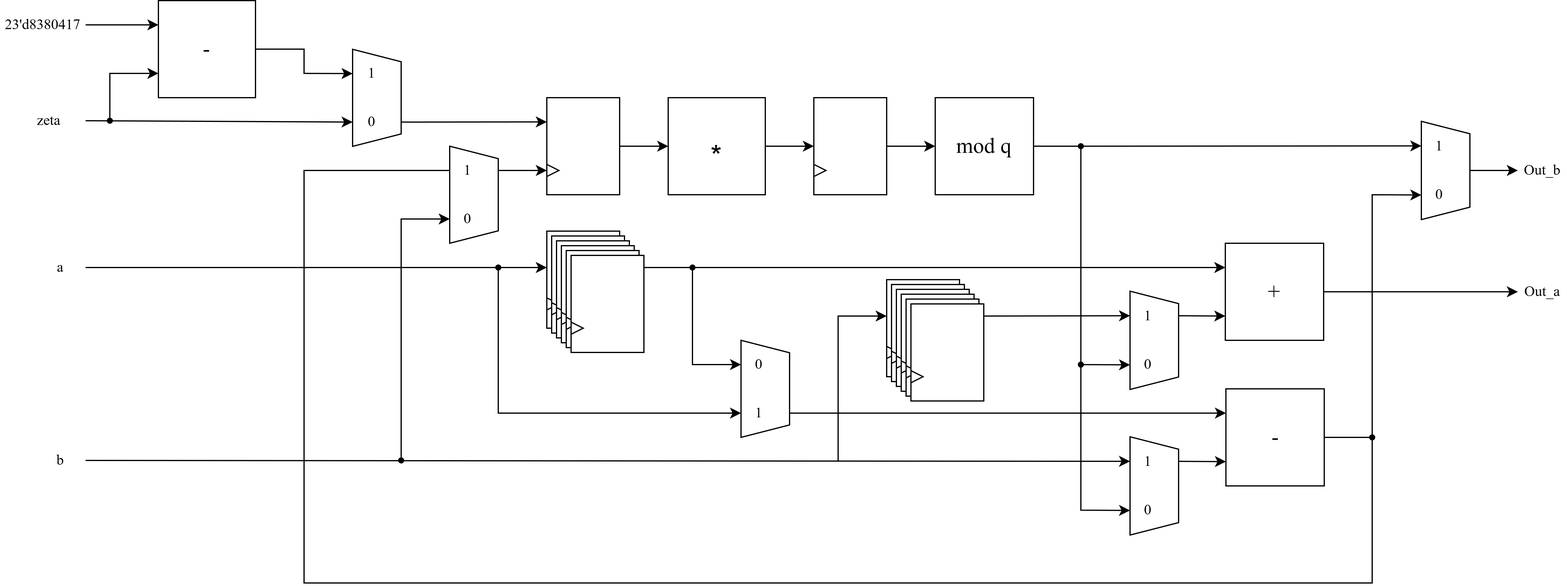
Above: Diagram/Block Diagram/NTT/BU_pipeline.png in Fossum2523/ML_DSA (draw.io), before the change. Source tidied: cells renumbered, new cells last; positions are measured from the earlier drawing's top-left corner, leaving out a move shared by most shapes.
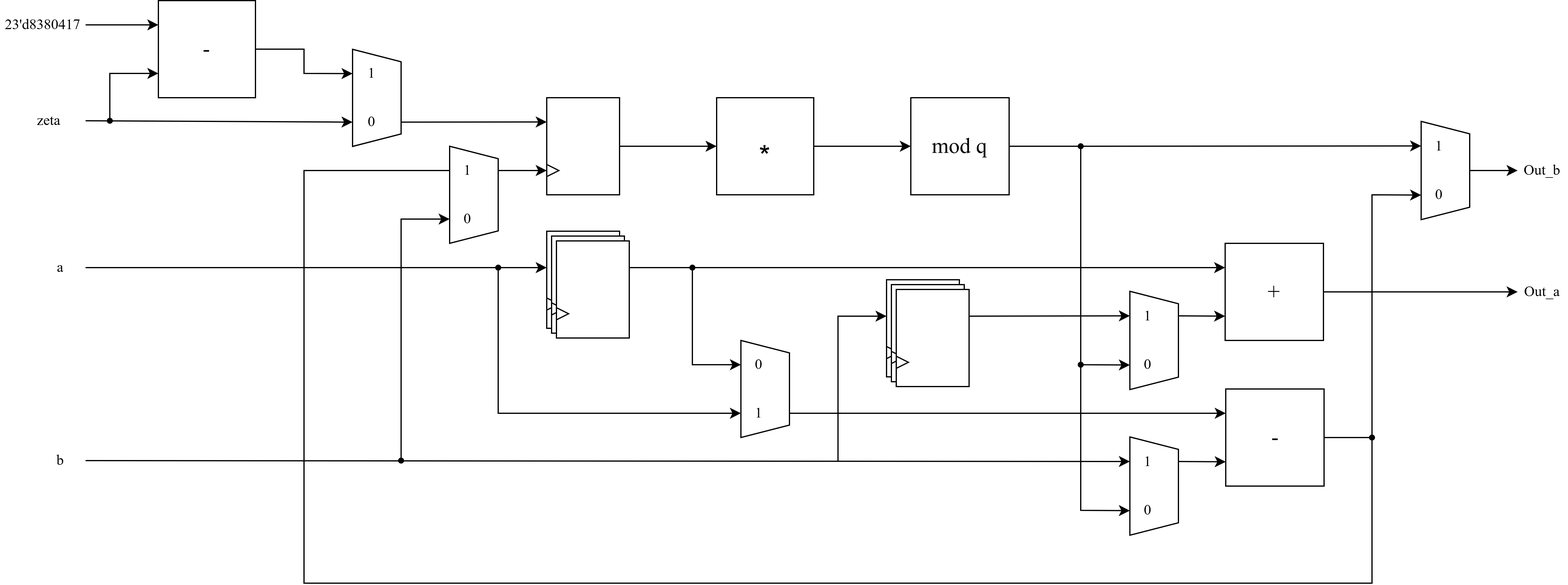
The same file after the commit.

What changed in the source:
```diff
@@ -35,7 +35,7 @@
       <mxGeometry x="29" y="364" width="41" height="30" as="geometry" />
     </mxCell>
     <mxCell id="12" style="rounded=0;whiteSpace=wrap;html=1;fontFamily=Times New Roman;fontColor=#000000;" parent="1" vertex="1">
-      <mxGeometry x="550" y="80" width="80" height="80" as="geometry" />
+      <mxGeometry x="590" y="80" width="80" height="80" as="geometry" />
     </mxCell>
     <mxCell id="13" style="endArrow=classic;html=1;rounded=0;exitX=1;exitY=0.5;exitDx=0;exitDy=0;entryX=0;entryY=0.5;entryDx=0;entryDy=0;fontFamily=Times New Roman;fontColor=#000000;" parent="1" edge="1" source="60" target="12">
       <mxGeometry relative="1" as="geometry" />
@@ -198,21 +198,9 @@
       <mxGeometry x="1250" y="125" width="41" height="30" as="geometry" />
     </mxCell>
     <mxCell id="53" value="&lt;font style=&quot;font-size: 18px;&quot;&gt;mod q&lt;/font&gt;" style="rounded=0;whiteSpace=wrap;html=1;fontFamily=Times New Roman;fontColor=#000000;" parent="1" vertex="1">
-      <mxGeometry x="770" y="80" width="81" height="80" as="geometry" />
+      <mxGeometry x="750" y="80" width="81" height="80" as="geometry" />
     </mxCell>
-    <mxCell id="54" style="endArrow=classic;html=1;rounded=0;exitX=1;exitY=0.5;exitDx=0;exitDy=0;entryX=0;entryY=0.5;entryDx=0;entryDy=0;" parent="1" edge="1" source="56" target="53">
-      <mxGeometry relative="1" as="geometry" />
-    </mxCell>
-    <mxCell id="55" style="group;" parent="1" vertex="1">
-      <mxGeometry x="670" y="80" width="60" height="80" as="geometry" />
-    </mxCell>
-    <mxCell id="56" style="rounded=0;whiteSpace=wrap;html=1;fillColor=none;" parent="55" vertex="1">
-      <mxGeometry width="60" height="80" as="geometry" />
-    </mxCell>
-    <mxCell id="57" style="triangle;whiteSpace=wrap;html=1;" parent="55" vertex="1">
-      <mxGeometry y="55" width="10" height="10" as="geometry" />
-    </mxCell>
-    <mxCell id="58" style="endArrow=classic;html=1;rounded=0;exitX=1;exitY=0.5;exitDx=0;exitDy=0;entryX=0;entryY=0.5;entryDx=0;entryDy=0;" parent="1" edge="1" source="12" target="56">
+    <mxCell id="58" style="endArrow=classic;html=1;rounded=0;exitX=1;exitY=0.5;exitDx=0;exitDy=0;entryX=0;entryY=0.5;entryDx=0;entryDy=0;" parent="1" edge="1" source="12" target="53">
       <mxGeometry relative="1" as="geometry" />
     </mxCell>
     <mxCell id="59" style="group;" parent="1" vertex="1">
@@ -233,57 +221,18 @@
     </mxCell>
     <mxCell id="63" style="endArrow=classic;html=1;rounded=0;entryX=0;entryY=0.25;entryDx=0;entryDy=0;" parent="1" edge="1" target="2">
       <mxGeometry relative="1" as="geometry">
-        <mxPoint x="530" y="220" as="sourcePoint" />
+        <mxPoint x="516" y="220" as="sourcePoint" />
         <Array as="points">
           <mxPoint x="700" y="220" />
         </Array>
       </mxGeometry>
     </mxCell>
-    <mxCell id="64" style="group;" parent="1" vertex="1">
-      <mxGeometry x="450" y="190" width="80" height="100" as="geometry" />
-    </mxCell>
-    <mxCell id="65" style="rounded=0;whiteSpace=wrap;html=1;" parent="64" vertex="1">
-      <mxGeometry width="60" height="80" as="geometry" />
-    </mxCell>
-    <mxCell id="66" style="triangle;whiteSpace=wrap;html=1;" parent="64" vertex="1">
-      <mxGeometry y="55" width="10" height="10" as="geometry" />
-    </mxCell>
-    <mxCell id="67" style="rounded=0;whiteSpace=wrap;html=1;" parent="64" vertex="1">
-      <mxGeometry x="4" y="4" width="60" height="80" as="geometry" />
-    </mxCell>
-    <mxCell id="68" style="triangle;whiteSpace=wrap;html=1;" parent="64" vertex="1">
-      <mxGeometry x="4" y="59" width="10" height="10" as="geometry" />
-    </mxCell>
-    <mxCell id="69" style="rounded=0;whiteSpace=wrap;html=1;" parent="64" vertex="1">
-      <mxGeometry x="8" y="8" width="60" height="80" as="geometry" />
-    </mxCell>
-    <mxCell id="70" style="triangle;whiteSpace=wrap;html=1;" parent="64" vertex="1">
-      <mxGeometry x="8" y="63" width="10" height="10" as="geometry" />
-    </mxCell>
-    <mxCell id="71" style="rounded=0;whiteSpace=wrap;html=1;" parent="64" vertex="1">
-      <mxGeometry x="12" y="12" width="60" height="80" as="geometry" />
-    </mxCell>
-    <mxCell id="72" style="triangle;whiteSpace=wrap;html=1;" parent="64" vertex="1">
-      <mxGeometry x="12" y="67" width="10" height="10" as="geometry" />
-    </mxCell>
-    <mxCell id="73" style="rounded=0;whiteSpace=wrap;html=1;" parent="64" vertex="1">
-      <mxGeometry x="16" y="16" width="60" height="80" as="geometry" />
-    </mxCell>
-    <mxCell id="74" style="triangle;whiteSpace=wrap;html=1;" parent="64" vertex="1">
-      <mxGeometry x="16" y="71" width="10" height="10" as="geometry" />
-    </mxCell>
-    <mxCell id="75" style="rounded=0;whiteSpace=wrap;html=1;" parent="64" vertex="1">
-      <mxGeometry x="20" y="20" width="60" height="80" as="geometry" />
-    </mxCell>
-    <mxCell id="76" style="triangle;whiteSpace=wrap;html=1;" parent="64" vertex="1">
-      <mxGeometry x="20" y="75" width="10" height="10" as="geometry" />
-    </mxCell>
     <mxCell id="77" value="&lt;font style=&quot;font-size: 24px;&quot;&gt;*&lt;/font&gt;" style="text;html=1;align=center;verticalAlign=middle;whiteSpace=wrap;rounded=0;fontStyle=0;" parent="1" vertex="1">
-      <mxGeometry x="560" y="114" width="60" height="30" as="geometry" />
+      <mxGeometry x="600" y="114" width="60" height="30" as="geometry" />
     </mxCell>
     <mxCell id="78" style="endArrow=classic;html=1;rounded=0;entryX=0.25;entryY=1;entryDx=0;entryDy=0;" parent="1" edge="1" target="5">
       <mxGeometry relative="1" as="geometry">
-        <mxPoint x="810" y="260" as="sourcePoint" />
+        <mxPoint x="795" y="260" as="sourcePoint" />
       </mxGeometry>
     </mxCell>
     <mxCell id="79" style="endArrow=classic;html=1;rounded=0;" parent="1" edge="1">
@@ -295,45 +244,6 @@
         </Array>
       </mxGeometry>
     </mxCell>
-    <mxCell id="80" style="group;" parent="1" vertex="1">
-      <mxGeometry x="730" y="230" width="80" height="100" as="geometry" />
-    </mxCell>
-    <mxCell id="81" style="rounded=0;whiteSpace=wrap;html=1;" parent="80" vertex="1">
-      <mxGeometry width="60" height="80" as="geometry" />
-    </mxCell>
-    <mxCell id="82" style="triangle;whiteSpace=wrap;html=1;" parent="80" vertex="1">
-      <mxGeometry y="55" width="10" height="10" as="geometry" />
-    </mxCell>
-    <mxCell id="83" style="rounded=0;whiteSpace=wrap;html=1;" parent="80" vertex="1">
-      <mxGeometry x="4" y="4" width="60" height="80" as="geometry" />
-    </mxCell>
-    <mxCell id="84" style="triangle;whiteSpace=wrap;html=1;" parent="80" vertex="1">
-      <mxGeometry x="4" y="59" width="10" height="10" as="geometry" />
-    </mxCell>
-    <mxCell id="85" style="rounded=0;whiteSpace=wrap;html=1;" parent="80" vertex="1">
-      <mxGeometry x="8" y="8" width="60" height="80" as="geometry" />
-    </mxCell>
-    <mxCell id="86" style="triangle;whiteSpace=wrap;html=1;" parent="80" vertex="1">
-      <mxGeometry x="8" y="63" width="10" height="10" as="geometry" />
-    </mxCell>
-    <mxCell id="87" style="rounded=0;whiteSpace=wrap;html=1;" parent="80" vertex="1">
-      <mxGeometry x="12" y="12" width="60" height="80" as="geometry" />
-    </mxCell>
-    <mxCell id="88" style="triangle;whiteSpace=wrap;html=1;" parent="80" vertex="1">
-      <mxGeometry x="12" y="67" width="10" height="10" as="geometry" />
-    </mxCell>
-    <mxCell id="89" style="rounded=0;whiteSpace=wrap;html=1;" parent="80" vertex="1">
-      <mxGeometry x="16" y="16" width="60" height="80" as="geometry" />
-    </mxCell>
-    <mxCell id="90" style="triangle;whiteSpace=wrap;html=1;" parent="80" vertex="1">
-      <mxGeometry x="16" y="71" width="10" height="10" as="geometry" />
-    </mxCell>
-    <mxCell id="91" style="rounded=0;whiteSpace=wrap;html=1;" parent="80" vertex="1">
-      <mxGeometry x="20" y="20" width="60" height="80" as="geometry" />
-    </mxCell>
-    <mxCell id="92" style="triangle;whiteSpace=wrap;html=1;" parent="80" vertex="1">
-      <mxGeometry x="20" y="75" width="10" height="10" as="geometry" />
-    </mxCell>
     <mxCell id="93" style="group;fontFamily=Times New Roman;fontColor=#000000;" parent="1" vertex="1">
       <mxGeometry x="610" y="280" width="40" height="80" as="geometry" />
     </mxCell>
@@ -384,5 +294,41 @@
         </Array>
       </mxGeometry>
     </mxCell>
+    <mxCell id="65" style="rounded=0;whiteSpace=wrap;html=1;" parent="1" vertex="1">
+      <mxGeometry x="450" y="190" width="60" height="80" as="geometry" />
+    </mxCell>
+    <mxCell id="66" style="triangle;whiteSpace=wrap;html=1;" parent="1" vertex="1">
+      <mxGeometry x="450" y="245" width="10" height="10" as="geometry" />
+    </mxCell>
+    <mxCell id="67" style="rounded=0;whiteSpace=wrap;html=1;" parent="1" vertex="1">
+      <mxGeometry x="454" y="194" width="60" height="80" as="geometry" />
+    </mxCell>
+    <mxCell id="68" style="triangle;whiteSpace=wrap;html=1;" parent="1" vertex="1">
+      <mxGeometry x="454" y="249" width="10" height="10" as="geometry" />
+    </mxCell>
+    <mxCell id="69" style="rounded=0;whiteSpace=wrap;html=1;" parent="1" vertex="1">
+      <mxGeometry x="458" y="198" width="60" height="80" as="geometry" />
+    </mxCell>
+    <mxCell id="70" style="triangle;whiteSpace=wrap;html=1;" parent="1" vertex="1">
+      <mxGeometry x="458" y="253" width="10" height="10" as="geometry" />
+    </mxCell>
+    <mxCell id="81" style="rounded=0;whiteSpace=wrap;html=1;" parent="1" vertex="1">
+      <mxGeometry x="730" y="230" width="60" height="80" as="geometry" />
+    </mxCell>
+    <mxCell id="82" style="triangle;whiteSpace=wrap;html=1;" parent="1" vertex="1">
+      <mxGeometry x="730" y="285" width="10" height="10" as="geometry" />
+    </mxCell>
+    <mxCell id="83" style="rounded=0;whiteSpace=wrap;html=1;" parent="1" vertex="1">
+      <mxGeometry x="734" y="234" width="60" height="80" as="geometry" />
+    </mxCell>
+    <mxCell id="84" style="triangle;whiteSpace=wrap;html=1;" parent="1" vertex="1">
+      <mxGeometry x="734" y="289" width="10" height="10" as="geometry" />
+    </mxCell>
+    <mxCell id="85" style="rounded=0;whiteSpace=wrap;html=1;" parent="1" vertex="1">
+      <mxGeometry x="738" y="238" width="60" height="80" as="geometry" />
+    </mxCell>
+    <mxCell id="86" style="triangle;whiteSpace=wrap;html=1;" parent="1" vertex="1">
+      <mxGeometry x="738" y="293" width="10" height="10" as="geometry" />
+    </mxCell>
   </root>
 </mxGraphModel>
```
